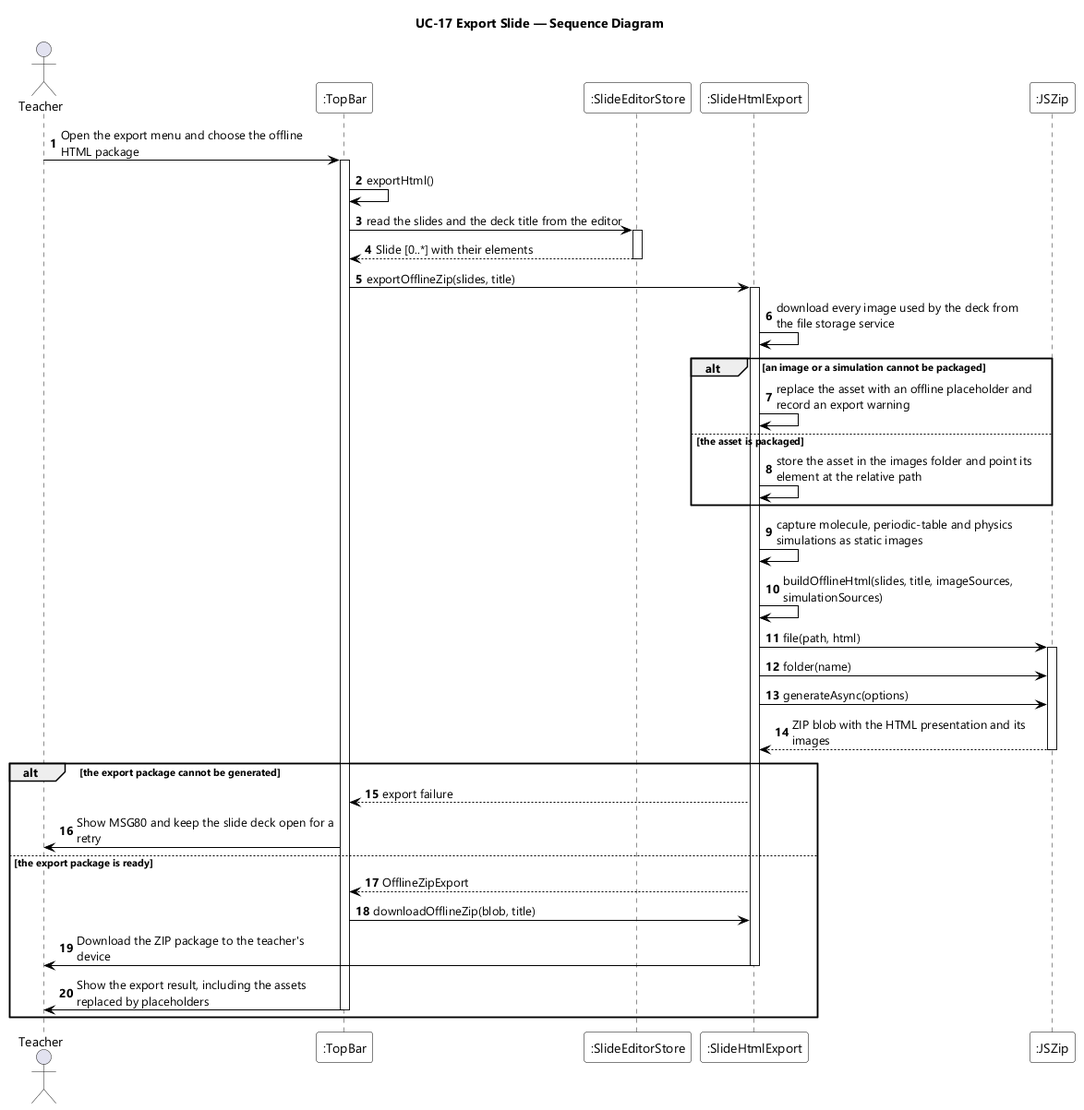
Earlier version of the PlantUML export designs/sds-diagrams/uc17/uc17-sequence-diagram.png (EduA-system/EduA-system). Its diagram source:
```plantuml
@startuml UC-17 Export Slide - Sequence Diagram
skinparamlocked dpi 96
skinparam defaultFontName "Segoe UI"
skinparam shadowing false
skinparam ParticipantBackgroundColor #FFFFFF
skinparam ParticipantBorderColor #000000
skinparam ArrowColor #000000
skinparam sequenceMessageAlign left
skinparam maxMessageSize 280
title UC-17 Export Slide — Sequence Diagram

actor Teacher
participant ":TopBar" as TB
participant ":SlideEditorStore" as STORE
participant ":SlideHtmlExport" as EXP
participant ":JSZip" as ZIP

autonumber
Teacher -> TB : Open the export menu and choose the offline HTML package
activate TB
TB -> TB : exportHtml()
TB -> STORE : read the slides and the deck title from the editor
activate STORE
STORE --> TB : Slide [0..*] with their elements
deactivate STORE
TB -> EXP : exportOfflineZip(slides, title)
activate EXP
EXP -> EXP : download every image used by the deck from the file storage service

alt an image or a simulation cannot be packaged
  EXP -> EXP : replace the asset with an offline placeholder and record an export warning
else the asset is packaged
  EXP -> EXP : store the asset in the images folder and point its element at the relative path
end

EXP -> EXP : capture molecule, periodic-table and physics simulations as static images
EXP -> EXP : buildOfflineHtml(slides, title, imageSources, simulationSources)
EXP -> ZIP : file(path, html)
activate ZIP
EXP -> ZIP : folder(name)
EXP -> ZIP : generateAsync(options)
ZIP --> EXP : ZIP blob with the HTML presentation and its images
deactivate ZIP

alt the export package cannot be generated
  EXP --> TB : export failure
  TB -> Teacher : Show MSG80 and keep the slide deck open for a retry
else the export package is ready
  EXP --> TB : OfflineZipExport
  TB -> EXP : downloadOfflineZip(blob, title)
  EXP -> Teacher : Download the ZIP package to the teacher's device
  deactivate EXP
  TB -> Teacher : Show the export result, including the assets replaced by placeholders
  deactivate TB
end
@enduml
```
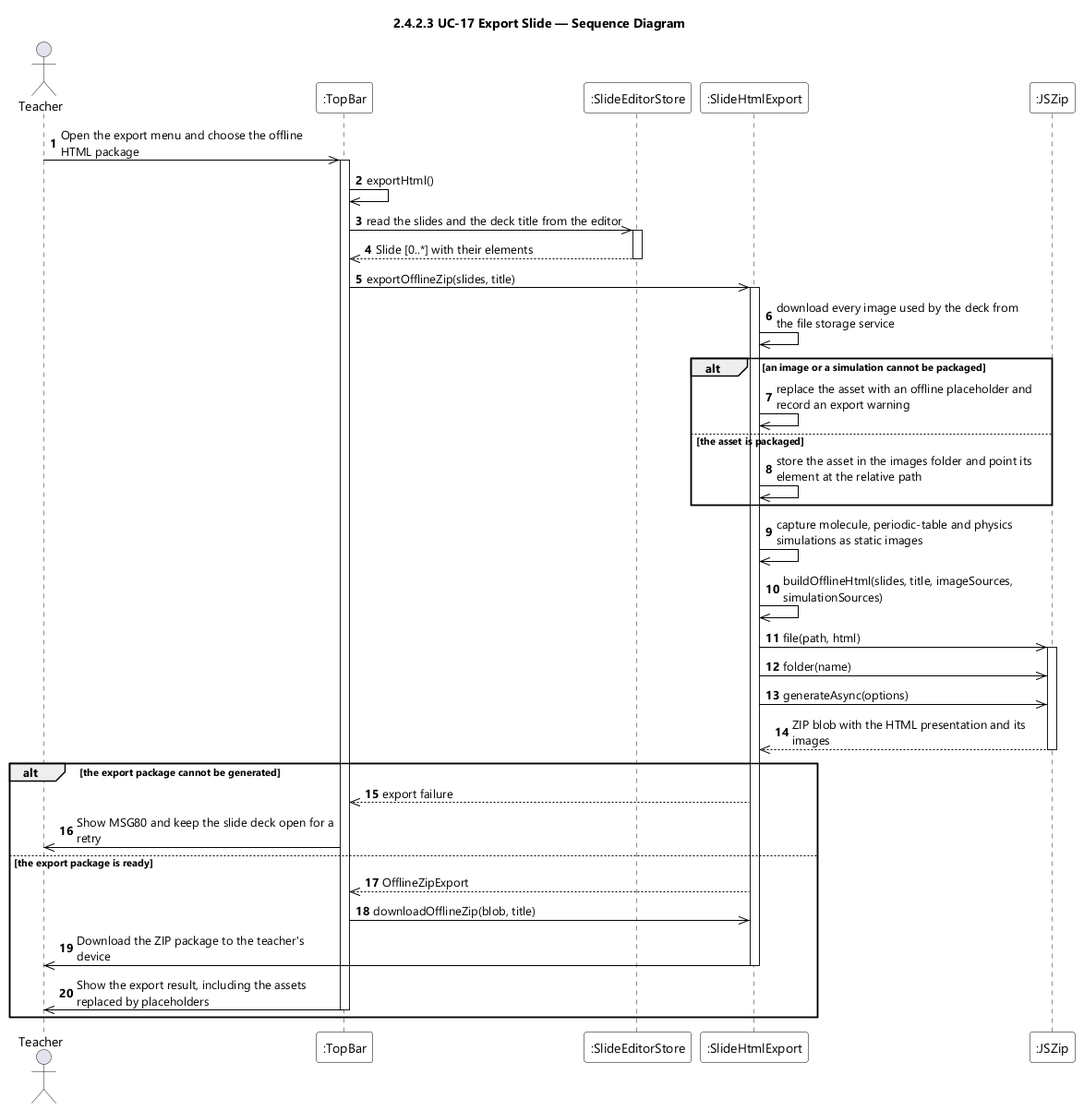
The same diagram one commit later.

The edit, as a diff of the source:
```diff
@@ -7,7 +7,7 @@
 skinparam ArrowColor #000000
 skinparam sequenceMessageAlign left
 skinparam maxMessageSize 280
-title UC-17 Export Slide — Sequence Diagram
+title 2.4.2.3 UC-17 Export Slide — Sequence Diagram
 
 actor Teacher
 participant ":TopBar" as TB
@@ -16,41 +16,41 @@
 participant ":JSZip" as ZIP
 
 autonumber
-Teacher -> TB : Open the export menu and choose the offline HTML package
+Teacher ->> TB : Open the export menu and choose the offline HTML package
 activate TB
-TB -> TB : exportHtml()
-TB -> STORE : read the slides and the deck title from the editor
+TB ->> TB : exportHtml()
+TB ->> STORE : read the slides and the deck title from the editor
 activate STORE
-STORE --> TB : Slide [0..*] with their elements
+STORE -->> TB : Slide [0..*] with their elements
 deactivate STORE
-TB -> EXP : exportOfflineZip(slides, title)
+TB ->> EXP : exportOfflineZip(slides, title)
 activate EXP
-EXP -> EXP : download every image used by the deck from the file storage service
+EXP ->> EXP : download every image used by the deck from the file storage service
 
 alt an image or a simulation cannot be packaged
-  EXP -> EXP : replace the asset with an offline placeholder and record an export warning
+  EXP ->> EXP : replace the asset with an offline placeholder and record an export warning
 else the asset is packaged
-  EXP -> EXP : store the asset in the images folder and point its element at the relative path
+  EXP ->> EXP : store the asset in the images folder and point its element at the relative path
 end
 
-EXP -> EXP : capture molecule, periodic-table and physics simulations as static images
-EXP -> EXP : buildOfflineHtml(slides, title, imageSources, simulationSources)
-EXP -> ZIP : file(path, html)
+EXP ->> EXP : capture molecule, periodic-table and physics simulations as static images
+EXP ->> EXP : buildOfflineHtml(slides, title, imageSources, simulationSources)
+EXP ->> ZIP : file(path, html)
 activate ZIP
-EXP -> ZIP : folder(name)
-EXP -> ZIP : generateAsync(options)
-ZIP --> EXP : ZIP blob with the HTML presentation and its images
+EXP ->> ZIP : folder(name)
+EXP ->> ZIP : generateAsync(options)
+ZIP -->> EXP : ZIP blob with the HTML presentation and its images
 deactivate ZIP
 
 alt the export package cannot be generated
-  EXP --> TB : export failure
-  TB -> Teacher : Show MSG80 and keep the slide deck open for a retry
+  EXP -->> TB : export failure
+  TB ->> Teacher : Show MSG80 and keep the slide deck open for a retry
 else the export package is ready
-  EXP --> TB : OfflineZipExport
-  TB -> EXP : downloadOfflineZip(blob, title)
-  EXP -> Teacher : Download the ZIP package to the teacher's device
+  EXP -->> TB : OfflineZipExport
+  TB ->> EXP : downloadOfflineZip(blob, title)
+  EXP ->> Teacher : Download the ZIP package to the teacher's device
   deactivate EXP
-  TB -> Teacher : Show the export result, including the assets replaced by placeholders
+  TB ->> Teacher : Show the export result, including the assets replaced by placeholders
   deactivate TB
 end
 @enduml
```
